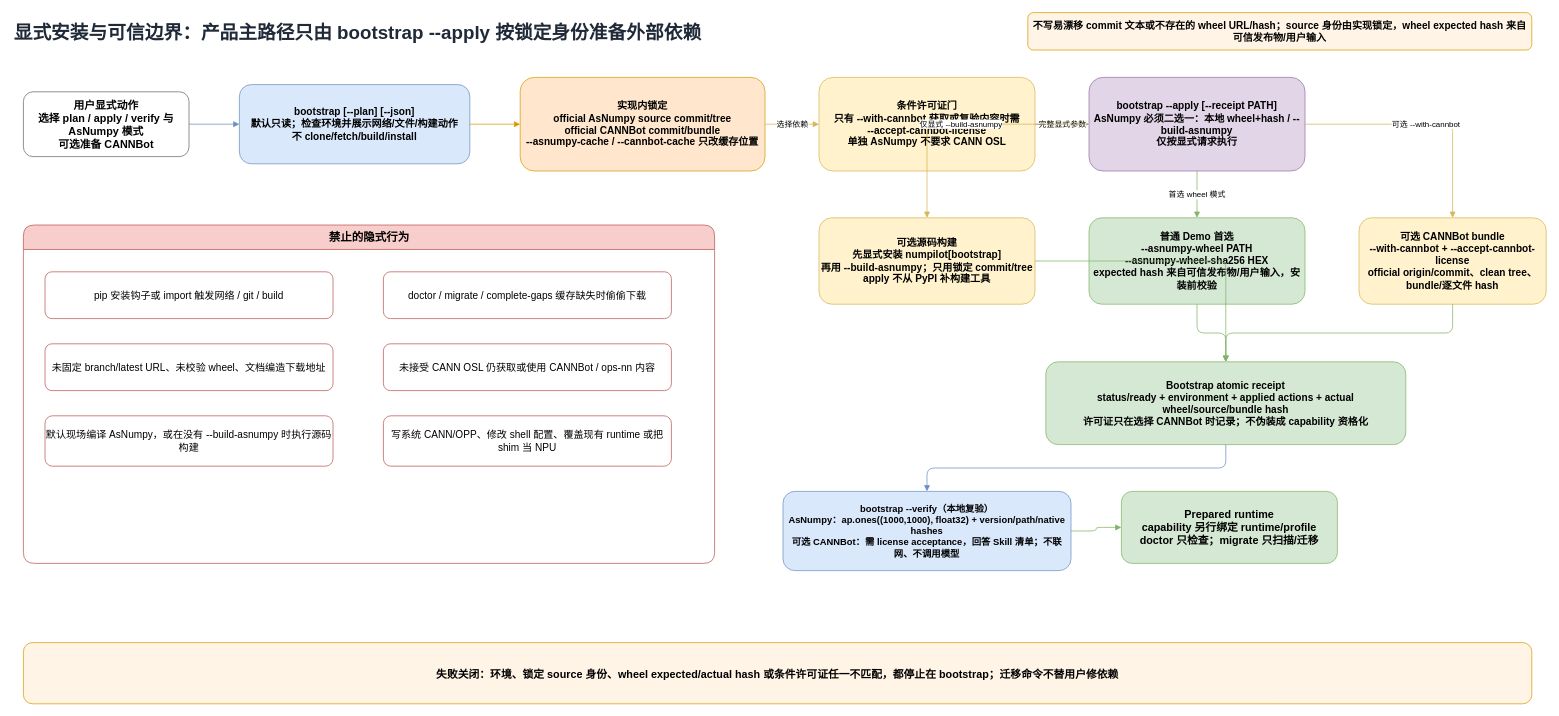
The draw.io diagram page "03-安装与可信边界" (3 of 3) of docs/numpilot-architecture.drawio in DEGger21/numpilot, before the edit. Source tidied: cells renumbered, new cells numbered last; positions are measured from the earlier drawing's top-left corner, leaving out a move shared by most shapes. Both pictures are drawn from the tidied source at 72%, with x=0, y=0 at pixel (12, 12).
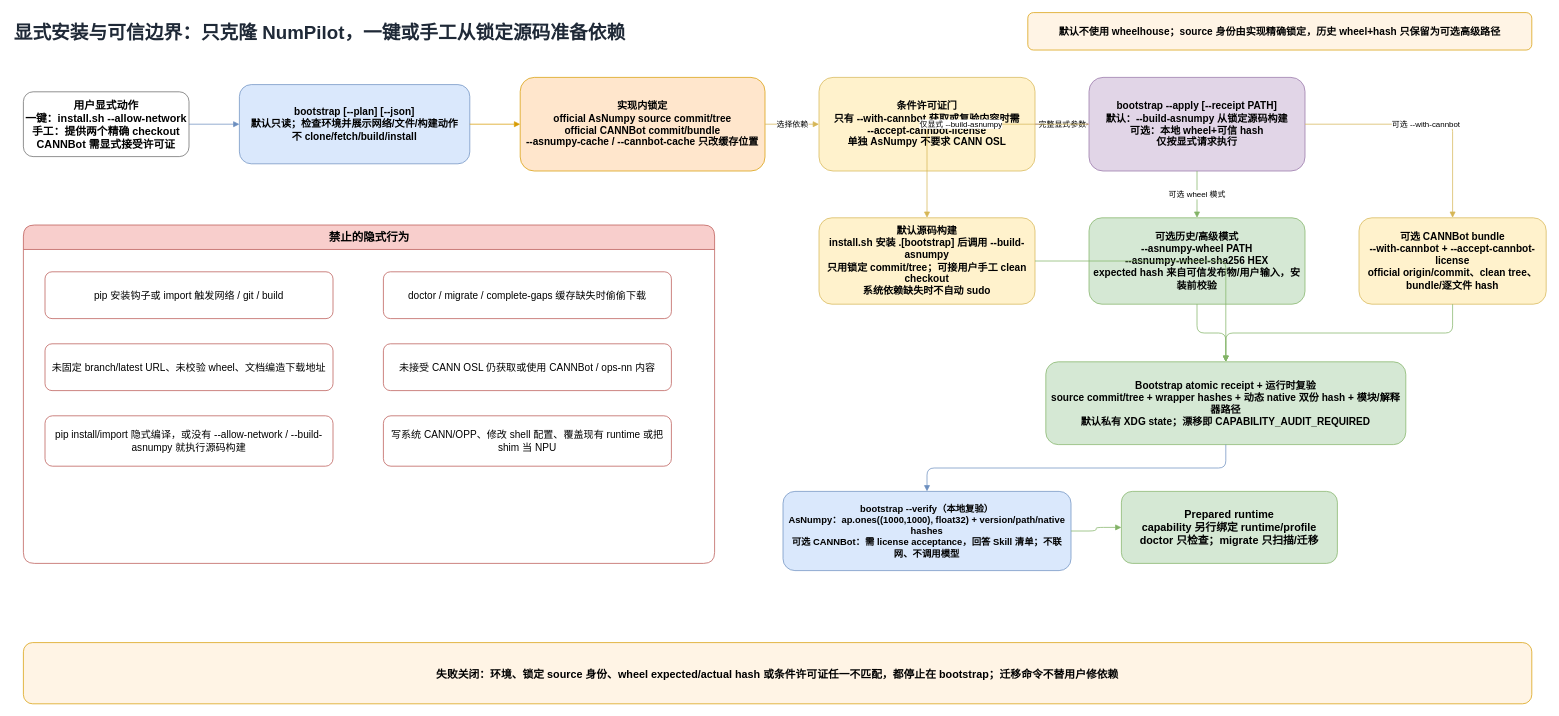
After the change.

The change refers to these unchanged cells:
```xml
<mxCell id="15" value="禁止的隐式行为" style="swimlane;html=1;rounded=1;startSize=34;fillColor=#F8CECC;strokeColor=#B85450;fontStyle=1;fontSize=16;" parent="1" vertex="1">
  <mxGeometry x="15" y="295" width="960" height="470" as="geometry" />
</mxCell>
```

Diff of the diagram source:
```diff
@@
-    <mxCell id="2" value="显式安装与可信边界：产品主路径只由 bootstrap --apply 按锁定身份准备外部依赖" style="text;html=1;align=left;verticalAlign=middle;fontSize=26;fontStyle=1;fontColor=#1F2937;" parent="1" vertex="1">
+    <mxCell id="2" value="显式安装与可信边界：只克隆 NumPilot，一键或手工从锁定源码准备依赖" style="text;html=1;align=left;verticalAlign=middle;fontSize=26;fontStyle=1;fontColor=#1F2937;" parent="1" vertex="1">
       <mxGeometry y="5" width="1500" height="45" as="geometry" />
     </mxCell>
-    <mxCell id="3" value="不写易漂移 commit 文本或不存在的 wheel URL/hash；source 身份由实现锁定，wheel expected hash 来自可信发布物/用户输入" style="rounded=1;whiteSpace=wrap;html=1;fillColor=#FFF4E5;strokeColor=#D79B00;fontStyle=1;fontSize=14;" parent="1" vertex="1">
+    <mxCell id="3" value="默认不使用 wheelhouse；source 身份由实现精确锁定，历史 wheel+hash 只保留为可选高级路径" style="rounded=1;whiteSpace=wrap;html=1;fillColor=#FFF4E5;strokeColor=#D79B00;fontStyle=1;fontSize=14;" parent="1" vertex="1">
       <mxGeometry x="1410" width="700" height="52" as="geometry" />
     </mxCell>
-    <mxCell id="4" value="用户显式动作&#10;选择 plan / apply / verify 与 AsNumpy 模式&#10;可选准备 CANNBot" style="rounded=1;whiteSpace=wrap;html=1;fillColor=#FFFFFF;strokeColor=#666666;fontStyle=1;fontSize=15;" parent="1" vertex="1">
+    <mxCell id="4" value="用户显式动作&#10;一键：install.sh --allow-network&#10;手工：提供两个精确 checkout&#10;CANNBot 需显式接受许可证" style="rounded=1;whiteSpace=wrap;html=1;fillColor=#FFFFFF;strokeColor=#666666;fontStyle=1;fontSize=15;" parent="1" vertex="1">
       <mxGeometry x="15" y="110" width="230" height="90" as="geometry" />
     </mxCell>
@@
-    <mxCell id="8" value="bootstrap --apply [--receipt PATH]&#10;AsNumpy 必须二选一：本地 wheel+hash / --build-asnumpy&#10;仅按显式请求执行" style="rounded=1;whiteSpace=wrap;html=1;fillColor=#E1D5E7;strokeColor=#9673A6;fontStyle=1;fontSize=14;" parent="1" vertex="1">
+    <mxCell id="8" value="bootstrap --apply [--receipt PATH]&#10;默认：--build-asnumpy 从锁定源码构建&#10;可选：本地 wheel+可信 hash&#10;仅按显式请求执行" style="rounded=1;whiteSpace=wrap;html=1;fillColor=#E1D5E7;strokeColor=#9673A6;fontStyle=1;fontSize=14;" parent="1" vertex="1">
       <mxGeometry x="1495" y="90" width="300" height="130" as="geometry" />
     </mxCell>
-    <mxCell id="9" value="普通 Demo 首选&#10;--asnumpy-wheel PATH&#10;--asnumpy-wheel-sha256 HEX&#10;expected hash 来自可信发布物/用户输入，安装前校验" style="rounded=1;whiteSpace=wrap;html=1;fillColor=#D5E8D4;strokeColor=#82B366;fontStyle=1;fontSize=14;" parent="1" vertex="1">
+    <mxCell id="9" value="可选历史/高级模式&#10;--asnumpy-wheel PATH&#10;--asnumpy-wheel-sha256 HEX&#10;expected hash 来自可信发布物/用户输入，安装前校验" style="rounded=1;whiteSpace=wrap;html=1;fillColor=#D5E8D4;strokeColor=#82B366;fontStyle=1;fontSize=14;" parent="1" vertex="1">
       <mxGeometry x="1495" y="285" width="300" height="120" as="geometry" />
     </mxCell>
-    <mxCell id="10" value="可选源码构建&#10;先显式安装 numpilot[bootstrap]&#10;再用 --build-asnumpy；只用锁定 commit/tree&#10;apply 不从 PyPI 补构建工具" style="rounded=1;whiteSpace=wrap;html=1;fillColor=#FFF2CC;strokeColor=#D6B656;fontStyle=1;fontSize=14;" parent="1" vertex="1">
+    <mxCell id="10" value="默认源码构建&#10;install.sh 安装 .[bootstrap] 后调用 --build-asnumpy&#10;只用锁定 commit/tree；可接用户手工 clean checkout&#10;系统依赖缺失时不自动 sudo" style="rounded=1;whiteSpace=wrap;html=1;fillColor=#FFF2CC;strokeColor=#D6B656;fontStyle=1;fontSize=14;" parent="1" vertex="1">
       <mxGeometry x="1120" y="285" width="300" height="120" as="geometry" />
     </mxCell>
@@
-    <mxCell id="12" value="Bootstrap atomic receipt&#10;status/ready + environment + applied actions + actual wheel/source/bundle hash&#10;许可证只在选择 CANNBot 时记录；不伪装成 capability 资格化" style="rounded=1;whiteSpace=wrap;html=1;fillColor=#D5E8D4;strokeColor=#82B366;fontStyle=1;fontSize=14;" parent="1" vertex="1">
+    <mxCell id="12" value="Bootstrap atomic receipt + 运行时复验&#10;source commit/tree + wrapper hashes + 动态 native 双份 hash + 模块/解释器路径&#10;默认私有 XDG state；漂移即 CAPABILITY_AUDIT_REQUIRED" style="rounded=1;whiteSpace=wrap;html=1;fillColor=#D5E8D4;strokeColor=#82B366;fontStyle=1;fontSize=14;" parent="1" vertex="1">
       <mxGeometry x="1435" y="485" width="500" height="115" as="geometry" />
     </mxCell>
@@
-    <mxCell id="20" value="默认现场编译 AsNumpy，或在没有 --build-asnumpy 时执行源码构建" style="rounded=1;whiteSpace=wrap;html=1;fillColor=#FFFFFF;strokeColor=#B85450;fontSize=14;" parent="15" vertex="1">
+    <mxCell id="20" value="pip install/import 隐式编译，或没有 --allow-network / --build-asnumpy 就执行源码构建" style="rounded=1;whiteSpace=wrap;html=1;fillColor=#FFFFFF;strokeColor=#B85450;fontSize=14;" parent="15" vertex="1">
       <mxGeometry x="30" y="265" width="400" height="70" as="geometry" />
     </mxCell>
@@
-    <mxCell id="27" value="首选 wheel 模式" style="edgeStyle=orthogonalEdgeStyle;rounded=1;html=1;endArrow=block;endFill=1;strokeColor=#82B366;" parent="1" edge="1" source="8" target="9">
+    <mxCell id="27" value="可选 wheel 模式" style="edgeStyle=orthogonalEdgeStyle;rounded=1;html=1;endArrow=block;endFill=1;strokeColor=#82B366;" parent="1" edge="1" source="8" target="9">
       <mxGeometry relative="1" as="geometry" />
     </mxCell>
```
